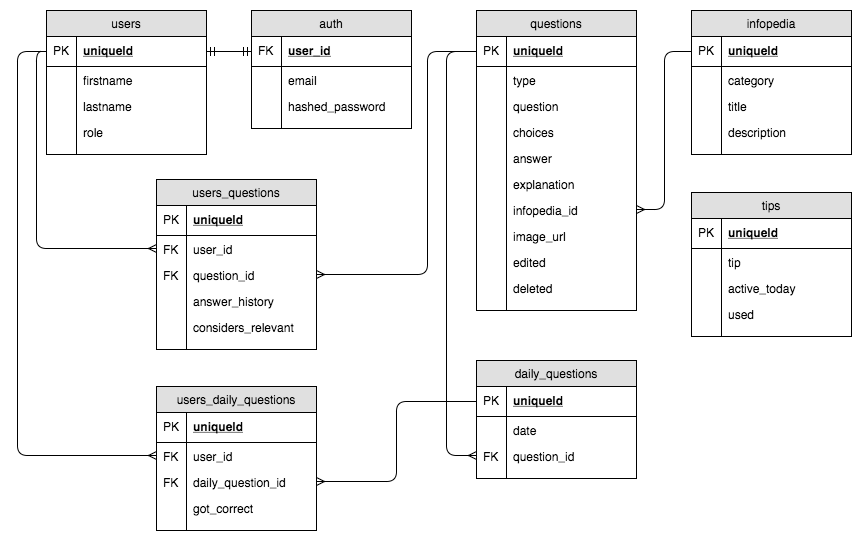
Before: db/quoi-erd.png, a diagram exported from draw.io (KevinUSCU/quoi-server). Source tidied: cells renumbered, new cells last; positions are measured from the earlier drawing's top-left corner, leaving out a move shared by most shapes.
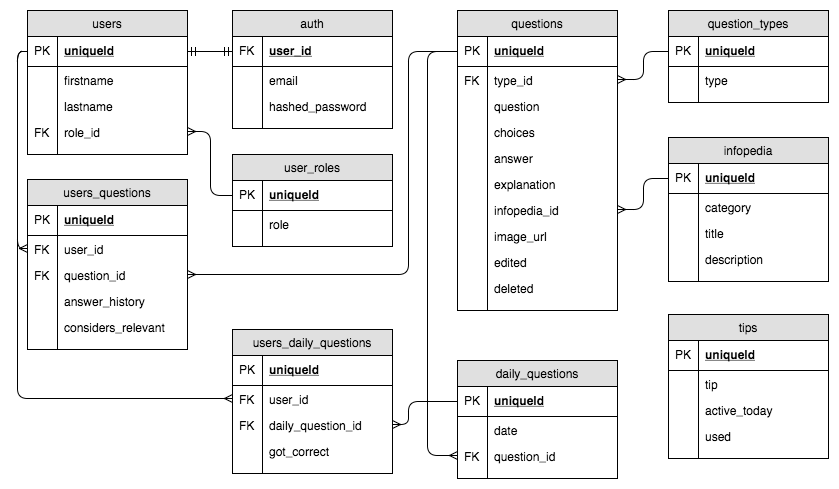
After the change.

What changed in the source:
```diff
@@ -23,10 +23,10 @@
     <mxCell id="8" style="shape=partialRectangle;top=0;left=0;bottom=0;fillColor=none;align=left;verticalAlign=top;spacingLeft=4;spacingRight=4;overflow=hidden;" parent="7" vertex="1">
       <mxGeometry width="30" height="26" as="geometry" />
     </mxCell>
-    <mxCell id="9" value="role" style="shape=partialRectangle;top=0;left=0;right=0;bottom=0;align=left;verticalAlign=top;fillColor=none;spacingLeft=34;spacingRight=4;overflow=hidden;points=[[0,0.5],[1,0.5]];portConstraint=eastwest;" parent="2" vertex="1">
+    <mxCell id="9" value="role_id" style="shape=partialRectangle;top=0;left=0;right=0;bottom=0;align=left;verticalAlign=top;fillColor=none;spacingLeft=34;spacingRight=4;overflow=hidden;points=[[0,0.5],[1,0.5]];portConstraint=eastwest;" parent="2" vertex="1">
       <mxGeometry y="108" width="160" height="26" as="geometry" />
     </mxCell>
-    <mxCell id="10" style="shape=partialRectangle;top=0;left=0;bottom=0;fillColor=none;align=left;verticalAlign=top;spacingLeft=4;spacingRight=4;overflow=hidden;" parent="9" vertex="1">
+    <mxCell id="10" value="FK" style="shape=partialRectangle;top=0;left=0;bottom=0;fillColor=none;align=left;verticalAlign=top;spacingLeft=4;spacingRight=4;overflow=hidden;" parent="9" vertex="1">
       <mxGeometry width="30" height="26" as="geometry" />
     </mxCell>
     <mxCell id="11" style="shape=partialRectangle;top=0;left=0;right=0;bottom=0;align=left;verticalAlign=top;fillColor=none;spacingLeft=34;spacingRight=4;overflow=hidden;" parent="2" vertex="1">
@@ -71,10 +71,10 @@
     <mxCell id="24" value="PK" style="shape=partialRectangle;top=0;left=0;bottom=0;fillColor=none;align=left;verticalAlign=middle;spacingLeft=4;spacingRight=4;overflow=hidden;" parent="23" vertex="1">
       <mxGeometry width="30" height="30" as="geometry" />
     </mxCell>
-    <mxCell id="25" value="type" style="shape=partialRectangle;top=0;left=0;right=0;bottom=0;align=left;verticalAlign=top;fillColor=none;spacingLeft=34;spacingRight=4;overflow=hidden;points=[[0,0.5],[1,0.5]];portConstraint=eastwest;" parent="22" vertex="1">
+    <mxCell id="25" value="type_id" style="shape=partialRectangle;top=0;left=0;right=0;bottom=0;align=left;verticalAlign=top;fillColor=none;spacingLeft=34;spacingRight=4;overflow=hidden;points=[[0,0.5],[1,0.5]];portConstraint=eastwest;" parent="22" vertex="1">
       <mxGeometry y="56" width="160" height="26" as="geometry" />
     </mxCell>
-    <mxCell id="26" style="shape=partialRectangle;top=0;left=0;bottom=0;fillColor=none;align=left;verticalAlign=top;spacingLeft=4;spacingRight=4;overflow=hidden;" parent="25" vertex="1">
+    <mxCell id="26" value="FK" style="shape=partialRectangle;top=0;left=0;bottom=0;fillColor=none;align=left;verticalAlign=top;spacingLeft=4;spacingRight=4;overflow=hidden;" parent="25" vertex="1">
       <mxGeometry width="30" height="26" as="geometry" />
     </mxCell>
     <mxCell id="27" value="question" style="shape=partialRectangle;top=0;left=0;right=0;bottom=0;align=left;verticalAlign=top;fillColor=none;spacingLeft=34;spacingRight=4;overflow=hidden;" parent="22" vertex="1">
@@ -132,7 +132,7 @@
       <mxGeometry width="30" height="10" as="geometry" />
     </mxCell>
     <mxCell id="45" value="tips" style="swimlane;fontStyle=0;horizontal=1;startSize=26;fillColor=#e0e0e0;swimlaneFillColor=#ffffff;align=center;" parent="1" vertex="1">
-      <mxGeometry x="674" y="182" width="160" height="144" as="geometry" />
+      <mxGeometry x="670" y="304" width="160" height="144" as="geometry" />
     </mxCell>
     <mxCell id="46" value="uniqueId" style="shape=partialRectangle;top=0;left=0;right=0;bottom=1;align=left;verticalAlign=middle;fillColor=none;spacingLeft=34;spacingRight=4;overflow=hidden;fontStyle=5;" parent="45" vertex="1">
       <mxGeometry y="26" width="160" height="30" as="geometry" />
@@ -165,7 +165,7 @@
       <mxGeometry width="30" height="10" as="geometry" />
     </mxCell>
     <mxCell id="56" value="infopedia" style="swimlane;fontStyle=0;horizontal=1;startSize=26;fillColor=#e0e0e0;swimlaneFillColor=#ffffff;align=center;" parent="1" vertex="1">
-      <mxGeometry x="674" width="160" height="144" as="geometry" />
+      <mxGeometry x="670" y="127" width="160" height="144" as="geometry" />
     </mxCell>
     <mxCell id="57" value="uniqueId" style="shape=partialRectangle;top=0;left=0;right=0;bottom=1;align=left;verticalAlign=middle;fillColor=none;spacingLeft=34;spacingRight=4;overflow=hidden;points=[[0,0.5],[1,0.5]];portConstraint=eastwest;fontStyle=5;" parent="56" vertex="1">
       <mxGeometry y="26" width="160" height="30" as="geometry" />
@@ -231,7 +231,7 @@
       <mxGeometry relative="1" as="geometry" />
     </mxCell>
     <mxCell id="78" value="users_questions" style="swimlane;fontStyle=0;horizontal=1;startSize=26;fillColor=#e0e0e0;swimlaneFillColor=#ffffff;align=center;" parent="1" vertex="1">
-      <mxGeometry x="139" y="169" width="160" height="170" as="geometry" />
+      <mxGeometry x="29" y="169" width="160" height="170" as="geometry" />
     </mxCell>
     <mxCell id="79" value="uniqueId" style="shape=partialRectangle;top=0;left=0;right=0;bottom=1;align=left;verticalAlign=middle;fillColor=none;spacingLeft=34;spacingRight=4;overflow=hidden;fontStyle=5;" parent="78" vertex="1">
       <mxGeometry y="26" width="160" height="30" as="geometry" />
@@ -289,7 +289,7 @@
       <mxGeometry relative="1" as="geometry" />
     </mxCell>
     <mxCell id="94" value="users_daily_questions" style="swimlane;fontStyle=0;horizontal=1;startSize=26;fillColor=#e0e0e0;swimlaneFillColor=#ffffff;align=center;" parent="1" vertex="1">
-      <mxGeometry x="139" y="376" width="160" height="144" as="geometry" />
+      <mxGeometry x="234" y="319" width="160" height="144" as="geometry" />
     </mxCell>
     <mxCell id="95" value="uniqueId" style="shape=partialRectangle;top=0;left=0;right=0;bottom=1;align=left;verticalAlign=middle;fillColor=none;spacingLeft=34;spacingRight=4;overflow=hidden;fontStyle=5;" parent="94" vertex="1">
       <mxGeometry y="26" width="160" height="30" as="geometry" />
@@ -322,15 +322,63 @@
       <mxGeometry width="30" height="10" as="geometry" />
     </mxCell>
     <mxCell id="105" style="edgeStyle=orthogonalEdgeStyle;html=1;endArrow=ERmany;entryX=0;entryY=0.5;exitX=0;exitY=0.5;" parent="1" edge="1" source="3" target="97">
-      <mxGeometry relative="1" as="geometry">
-        <Array as="points">
-          <mxPoint y="41" />
-          <mxPoint y="445" />
-        </Array>
-      </mxGeometry>
+      <mxGeometry relative="1" as="geometry" />
     </mxCell>
     <mxCell id="106" style="edgeStyle=orthogonalEdgeStyle;html=1;endArrow=ERmany;entryX=1;entryY=0.5;exitX=0;exitY=0.5;" parent="1" edge="1" source="68" target="99">
-      <mxGeometry relative="1" as="geometry" />
+      <mxGeometry relative="1" as="geometry">
+        <Array as="points">
+          <mxPoint x="410" y="391" />
+          <mxPoint x="410" y="414" />
+        </Array>
+      </mxGeometry>
     </mxCell>
+    <mxCell id="107" value="user_roles" style="swimlane;fontStyle=0;horizontal=1;startSize=26;fillColor=#e0e0e0;swimlaneFillColor=#ffffff;align=center;" parent="1" vertex="1">
+      <mxGeometry x="234" y="144" width="160" height="92" as="geometry" />
+    </mxCell>
+    <mxCell id="108" value="uniqueId" style="shape=partialRectangle;top=0;left=0;right=0;bottom=1;align=left;verticalAlign=middle;fillColor=none;spacingLeft=34;spacingRight=4;overflow=hidden;points=[[0,0.5],[1,0.5]];portConstraint=eastwest;fontStyle=5;" parent="107" vertex="1">
+      <mxGeometry y="26" width="160" height="30" as="geometry" />
+    </mxCell>
+    <mxCell id="109" value="PK" style="shape=partialRectangle;top=0;left=0;bottom=0;fillColor=none;align=left;verticalAlign=middle;spacingLeft=4;spacingRight=4;overflow=hidden;" parent="108" vertex="1">
+      <mxGeometry width="30" height="30" as="geometry" />
+    </mxCell>
+    <mxCell id="110" value="role" style="shape=partialRectangle;top=0;left=0;right=0;bottom=0;align=left;verticalAlign=top;fillColor=none;spacingLeft=34;spacingRight=4;overflow=hidden;" parent="107" vertex="1">
+      <mxGeometry y="56" width="160" height="26" as="geometry" />
+    </mxCell>
+    <mxCell id="111" style="shape=partialRectangle;top=0;left=0;bottom=0;fillColor=none;align=left;verticalAlign=top;spacingLeft=4;spacingRight=4;overflow=hidden;" parent="110" vertex="1">
+      <mxGeometry width="30" height="26" as="geometry" />
+    </mxCell>
+    <mxCell id="112" style="shape=partialRectangle;top=0;left=0;right=0;bottom=0;align=left;verticalAlign=top;fillColor=none;spacingLeft=34;spacingRight=4;overflow=hidden;" parent="107" vertex="1">
+      <mxGeometry y="82" width="160" height="10" as="geometry" />
+    </mxCell>
+    <mxCell id="113" style="shape=partialRectangle;top=0;left=0;bottom=0;fillColor=none;align=left;verticalAlign=top;spacingLeft=4;spacingRight=4;overflow=hidden;" parent="112" vertex="1">
+      <mxGeometry width="30" height="10" as="geometry" />
+    </mxCell>
+    <mxCell id="114" style="edgeStyle=orthogonalEdgeStyle;html=1;endArrow=ERmany;entryX=1;entryY=0.5;exitX=0;exitY=0.5;" parent="1" edge="1" source="108" target="9">
+      <mxGeometry relative="1" as="geometry" />
+    </mxCell>
+    <mxCell id="115" value="question_types" style="swimlane;fontStyle=0;horizontal=1;startSize=26;fillColor=#e0e0e0;swimlaneFillColor=#ffffff;align=center;" parent="1" vertex="1">
+      <mxGeometry x="670" width="160" height="92" as="geometry" />
+    </mxCell>
+    <mxCell id="116" value="uniqueId" style="shape=partialRectangle;top=0;left=0;right=0;bottom=1;align=left;verticalAlign=middle;fillColor=none;spacingLeft=34;spacingRight=4;overflow=hidden;points=[[0,0.5],[1,0.5]];portConstraint=eastwest;fontStyle=5;" parent="115" vertex="1">
+      <mxGeometry y="26" width="160" height="30" as="geometry" />
+    </mxCell>
+    <mxCell id="117" value="PK" style="shape=partialRectangle;top=0;left=0;bottom=0;fillColor=none;align=left;verticalAlign=middle;spacingLeft=4;spacingRight=4;overflow=hidden;" parent="116" vertex="1">
+      <mxGeometry width="30" height="30" as="geometry" />
+    </mxCell>
+    <mxCell id="118" value="type" style="shape=partialRectangle;top=0;left=0;right=0;bottom=0;align=left;verticalAlign=top;fillColor=none;spacingLeft=34;spacingRight=4;overflow=hidden;" parent="115" vertex="1">
+      <mxGeometry y="56" width="160" height="26" as="geometry" />
+    </mxCell>
+    <mxCell id="119" style="shape=partialRectangle;top=0;left=0;bottom=0;fillColor=none;align=left;verticalAlign=top;spacingLeft=4;spacingRight=4;overflow=hidden;" parent="118" vertex="1">
+      <mxGeometry width="30" height="26" as="geometry" />
+    </mxCell>
+    <mxCell id="120" style="shape=partialRectangle;top=0;left=0;right=0;bottom=0;align=left;verticalAlign=top;fillColor=none;spacingLeft=34;spacingRight=4;overflow=hidden;" parent="115" vertex="1">
+      <mxGeometry y="82" width="160" height="10" as="geometry" />
+    </mxCell>
+    <mxCell id="121" style="shape=partialRectangle;top=0;left=0;bottom=0;fillColor=none;align=left;verticalAlign=top;spacingLeft=4;spacingRight=4;overflow=hidden;" parent="120" vertex="1">
+      <mxGeometry width="30" height="10" as="geometry" />
+    </mxCell>
+    <mxCell id="122" style="edgeStyle=orthogonalEdgeStyle;html=1;endArrow=ERmany;entryX=1;entryY=0.5;exitX=0;exitY=0.5;" parent="1" edge="1" source="116" target="25">
+      <mxGeometry relative="1" as="geometry" />
+    </mxCell>
   </root>
 </mxGraphModel>
```
